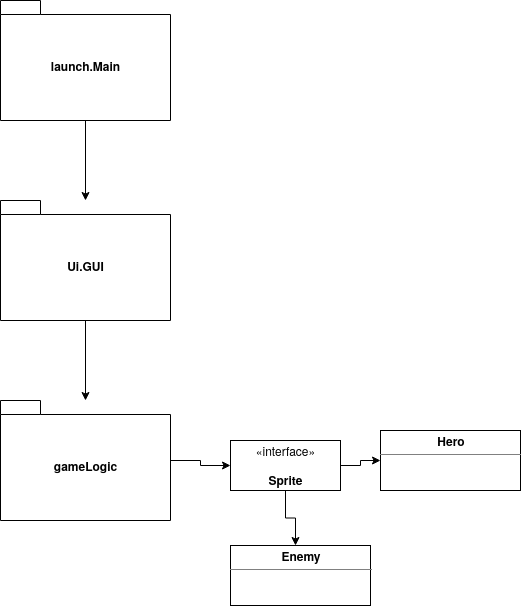
Earlier version of the draw.io export Osteroids/dokumentaatio/kuvat/draft.png (ArtKoski/ot-harjoitustyo). Source tidied: cells renumbered, new cells last; positions are measured from the earlier drawing's top-left corner, leaving out a move shared by most shapes. Source of this version:
```xml
<mxGraphModel>
  <root>
    <mxCell id="0" />
    <mxCell id="1" parent="0" />
    <mxCell id="2" style="edgeStyle=orthogonalEdgeStyle;rounded=0;jettySize=auto;html=1;" parent="1" edge="1" source="3" target="5">
      <mxGeometry relative="1" as="geometry" />
    </mxCell>
    <mxCell id="3" value="launch.Main" style="shape=folder;fontStyle=1;spacingTop=10;tabWidth=40;tabHeight=14;tabPosition=left;html=1;" parent="1" vertex="1">
      <mxGeometry width="170" height="120" as="geometry" />
    </mxCell>
    <mxCell id="4" style="edgeStyle=orthogonalEdgeStyle;rounded=0;jettySize=auto;html=1;" parent="1" edge="1" source="5" target="7">
      <mxGeometry relative="1" as="geometry" />
    </mxCell>
    <mxCell id="5" value="&lt;div&gt;Ui.GUI&lt;/div&gt;" style="shape=folder;fontStyle=1;spacingTop=10;tabWidth=40;tabHeight=14;tabPosition=left;html=1;" parent="1" vertex="1">
      <mxGeometry y="200" width="170" height="120" as="geometry" />
    </mxCell>
    <mxCell id="6" style="edgeStyle=orthogonalEdgeStyle;rounded=0;jettySize=auto;html=1;" parent="1" edge="1" source="7" target="10">
      <mxGeometry relative="1" as="geometry" />
    </mxCell>
    <mxCell id="7" value="gameLogic" style="shape=folder;fontStyle=1;spacingTop=10;tabWidth=40;tabHeight=14;tabPosition=left;html=1;" parent="1" vertex="1">
      <mxGeometry y="400" width="170" height="120" as="geometry" />
    </mxCell>
    <mxCell id="8" style="edgeStyle=orthogonalEdgeStyle;rounded=0;jettySize=auto;html=1;" parent="1" edge="1" source="10">
      <mxGeometry relative="1" as="geometry">
        <mxPoint x="295" y="545" as="targetPoint" />
      </mxGeometry>
    </mxCell>
    <mxCell id="9" style="edgeStyle=orthogonalEdgeStyle;rounded=0;jettySize=auto;html=1;" parent="1" edge="1" source="10" target="12">
      <mxGeometry relative="1" as="geometry" />
    </mxCell>
    <mxCell id="10" value="«interface»&lt;br&gt;&lt;div&gt;&lt;br&gt;&lt;/div&gt;&lt;div&gt;&lt;b&gt;Sprite&lt;/b&gt;&lt;br&gt;&lt;/div&gt;&lt;b&gt;&lt;/b&gt;" style="html=1;" parent="1" vertex="1">
      <mxGeometry x="230" y="440" width="110" height="50" as="geometry" />
    </mxCell>
    <mxCell id="11" value="&lt;p style=&quot;margin: 0px ; margin-top: 4px ; text-align: center&quot;&gt;&lt;b&gt;Enemy&lt;/b&gt;&lt;br&gt;&lt;/p&gt;&lt;hr size=&quot;1&quot;&gt;&lt;div style=&quot;height: 2px&quot;&gt;&lt;/div&gt;" style="verticalAlign=top;align=left;overflow=fill;fontSize=12;fontFamily=Helvetica;html=1;" parent="1" vertex="1">
      <mxGeometry x="230" y="545" width="140" height="60" as="geometry" />
    </mxCell>
    <mxCell id="12" value="&lt;p style=&quot;margin: 0px ; margin-top: 4px ; text-align: center&quot;&gt;&lt;b&gt;Hero&lt;/b&gt;&lt;br&gt;&lt;/p&gt;&lt;hr size=&quot;1&quot;&gt;&lt;div style=&quot;height: 2px&quot;&gt;&lt;/div&gt;" style="verticalAlign=top;align=left;overflow=fill;fontSize=12;fontFamily=Helvetica;html=1;" parent="1" vertex="1">
      <mxGeometry x="380" y="430" width="140" height="60" as="geometry" />
    </mxCell>
  </root>
</mxGraphModel>
```
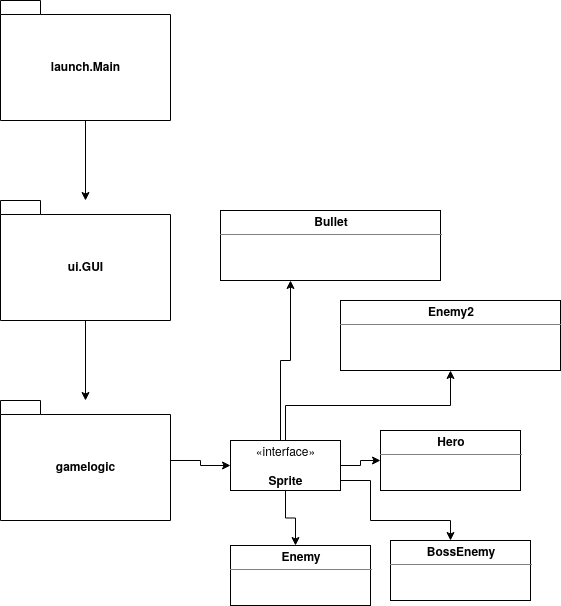
After the commit.

The edit, as a diff of the source:
```diff
@@ -11,13 +11,13 @@
     <mxCell id="4" style="edgeStyle=orthogonalEdgeStyle;rounded=0;jettySize=auto;html=1;" parent="1" edge="1" source="5" target="7">
       <mxGeometry relative="1" as="geometry" />
     </mxCell>
-    <mxCell id="5" value="&lt;div&gt;Ui.GUI&lt;/div&gt;" style="shape=folder;fontStyle=1;spacingTop=10;tabWidth=40;tabHeight=14;tabPosition=left;html=1;" parent="1" vertex="1">
+    <mxCell id="5" value="&lt;div&gt;ui.GUI&lt;/div&gt;" style="shape=folder;fontStyle=1;spacingTop=10;tabWidth=40;tabHeight=14;tabPosition=left;html=1;" parent="1" vertex="1">
       <mxGeometry y="200" width="170" height="120" as="geometry" />
     </mxCell>
     <mxCell id="6" style="edgeStyle=orthogonalEdgeStyle;rounded=0;jettySize=auto;html=1;" parent="1" edge="1" source="7" target="10">
       <mxGeometry relative="1" as="geometry" />
     </mxCell>
-    <mxCell id="7" value="gameLogic" style="shape=folder;fontStyle=1;spacingTop=10;tabWidth=40;tabHeight=14;tabPosition=left;html=1;" parent="1" vertex="1">
+    <mxCell id="7" value="gamelogic" style="shape=folder;fontStyle=1;spacingTop=10;tabWidth=40;tabHeight=14;tabPosition=left;html=1;" parent="1" vertex="1">
       <mxGeometry y="400" width="170" height="120" as="geometry" />
     </mxCell>
     <mxCell id="8" style="edgeStyle=orthogonalEdgeStyle;rounded=0;jettySize=auto;html=1;" parent="1" edge="1" source="10">
@@ -28,6 +28,33 @@
     <mxCell id="9" style="edgeStyle=orthogonalEdgeStyle;rounded=0;jettySize=auto;html=1;" parent="1" edge="1" source="10" target="12">
       <mxGeometry relative="1" as="geometry" />
     </mxCell>
+    <mxCell id="13" style="edgeStyle=orthogonalEdgeStyle;rounded=0;jettySize=auto;html=1;" parent="1" edge="1" source="10" target="16">
+      <mxGeometry relative="1" as="geometry">
+        <Array as="points">
+          <mxPoint x="285" y="405" />
+          <mxPoint x="450" y="405" />
+        </Array>
+      </mxGeometry>
+    </mxCell>
+    <mxCell id="14" style="edgeStyle=orthogonalEdgeStyle;rounded=0;jettySize=auto;html=1;" parent="1" edge="1" source="10">
+      <mxGeometry relative="1" as="geometry">
+        <mxPoint x="290" y="280" as="targetPoint" />
+        <Array as="points">
+          <mxPoint x="280" y="360" />
+          <mxPoint x="290" y="360" />
+        </Array>
+      </mxGeometry>
+    </mxCell>
+    <mxCell id="15" style="edgeStyle=orthogonalEdgeStyle;rounded=0;jettySize=auto;html=1;" parent="1" edge="1" source="10">
+      <mxGeometry relative="1" as="geometry">
+        <mxPoint x="450" y="540" as="targetPoint" />
+        <Array as="points">
+          <mxPoint x="370" y="480" />
+          <mxPoint x="370" y="520" />
+          <mxPoint x="450" y="520" />
+        </Array>
+      </mxGeometry>
+    </mxCell>
     <mxCell id="10" value="«interface»&lt;br&gt;&lt;div&gt;&lt;br&gt;&lt;/div&gt;&lt;div&gt;&lt;b&gt;Sprite&lt;/b&gt;&lt;br&gt;&lt;/div&gt;&lt;b&gt;&lt;/b&gt;" style="html=1;" parent="1" vertex="1">
       <mxGeometry x="230" y="440" width="110" height="50" as="geometry" />
     </mxCell>
@@ -37,5 +64,14 @@
     <mxCell id="12" value="&lt;p style=&quot;margin: 0px ; margin-top: 4px ; text-align: center&quot;&gt;&lt;b&gt;Hero&lt;/b&gt;&lt;br&gt;&lt;/p&gt;&lt;hr size=&quot;1&quot;&gt;&lt;div style=&quot;height: 2px&quot;&gt;&lt;/div&gt;" style="verticalAlign=top;align=left;overflow=fill;fontSize=12;fontFamily=Helvetica;html=1;" parent="1" vertex="1">
       <mxGeometry x="380" y="430" width="140" height="60" as="geometry" />
     </mxCell>
+    <mxCell id="16" value="&lt;p style=&quot;margin: 0px ; margin-top: 4px ; text-align: center&quot;&gt;&lt;b&gt;Enemy2&lt;/b&gt;&lt;br&gt;&lt;/p&gt;&lt;hr size=&quot;1&quot;&gt;&lt;div style=&quot;height: 2px&quot;&gt;&lt;br&gt;&lt;/div&gt;&lt;div style=&quot;height: 2px&quot;&gt;&lt;br&gt;&lt;/div&gt;" style="verticalAlign=top;align=left;overflow=fill;fontSize=12;fontFamily=Helvetica;html=1;" parent="1" vertex="1">
+      <mxGeometry x="340" y="300" width="220" height="70" as="geometry" />
+    </mxCell>
+    <mxCell id="17" value="&lt;p style=&quot;margin: 0px ; margin-top: 4px ; text-align: center&quot;&gt;&lt;b&gt;Bullet&lt;/b&gt;&lt;br&gt;&lt;/p&gt;&lt;hr size=&quot;1&quot;&gt;&lt;div style=&quot;height: 2px&quot;&gt;&lt;br&gt;&lt;/div&gt;&lt;div style=&quot;height: 2px&quot;&gt;&lt;br&gt;&lt;/div&gt;" style="verticalAlign=top;align=left;overflow=fill;fontSize=12;fontFamily=Helvetica;html=1;" parent="1" vertex="1">
+      <mxGeometry x="220" y="210" width="220" height="70" as="geometry" />
+    </mxCell>
+    <mxCell id="18" value="&lt;p style=&quot;margin: 0px ; margin-top: 4px ; text-align: center&quot;&gt;&lt;b&gt;BossEnemy&lt;/b&gt;&lt;br&gt;&lt;/p&gt;&lt;hr size=&quot;1&quot;&gt;&lt;div style=&quot;height: 2px&quot;&gt;&lt;br&gt;&lt;/div&gt;" style="verticalAlign=top;align=left;overflow=fill;fontSize=12;fontFamily=Helvetica;html=1;" parent="1" vertex="1">
+      <mxGeometry x="390" y="540" width="140" height="60" as="geometry" />
+    </mxCell>
   </root>
 </mxGraphModel>
```
